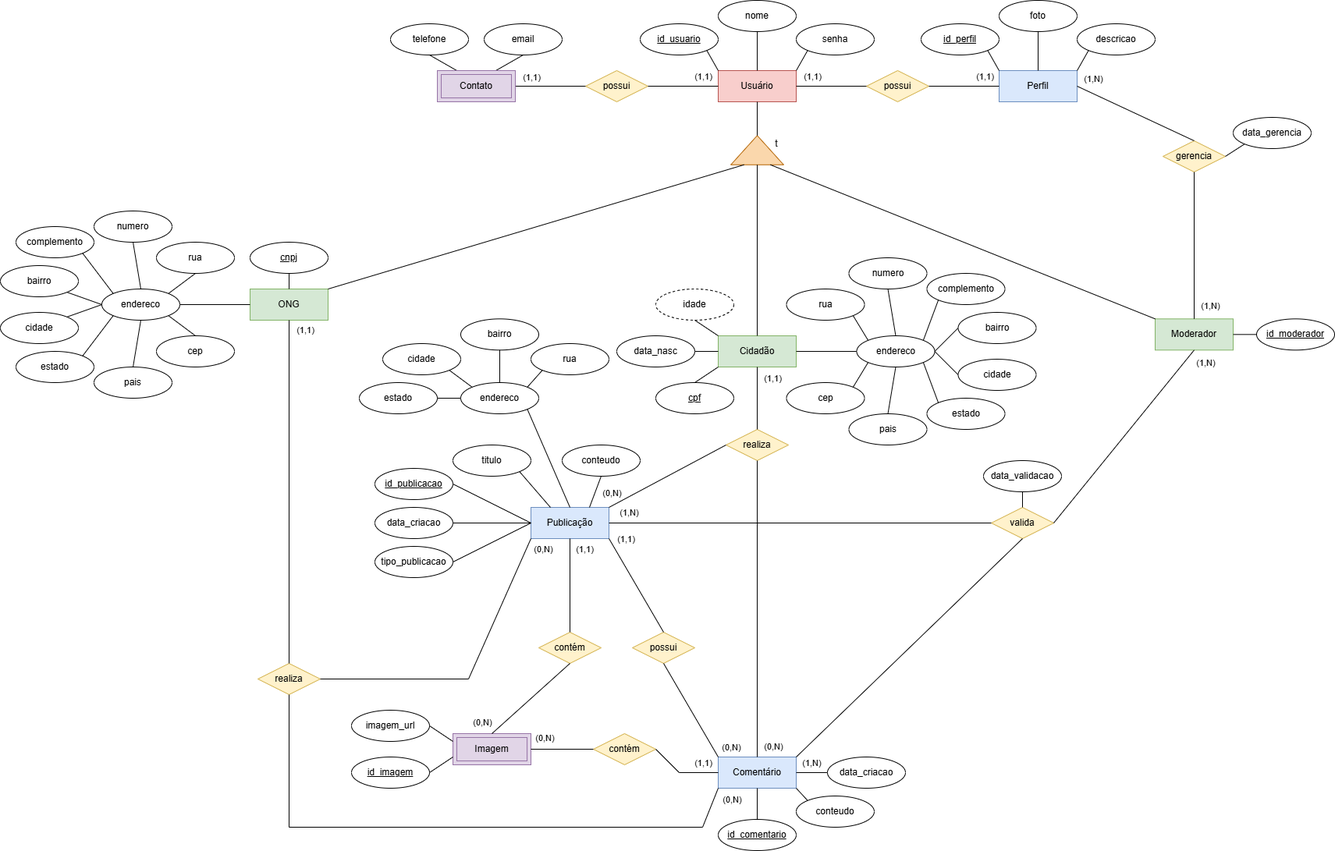
This is DOCUMENTACAO/PetMap - Modelo Conceitual.drawio.png from arthurpansera/PetMap, a draw.io export, as it was before one commit. Source tidied: cells renumbered, new cells last; positions are measured from the earlier drawing's top-left corner, leaving out a move shared by most shapes.
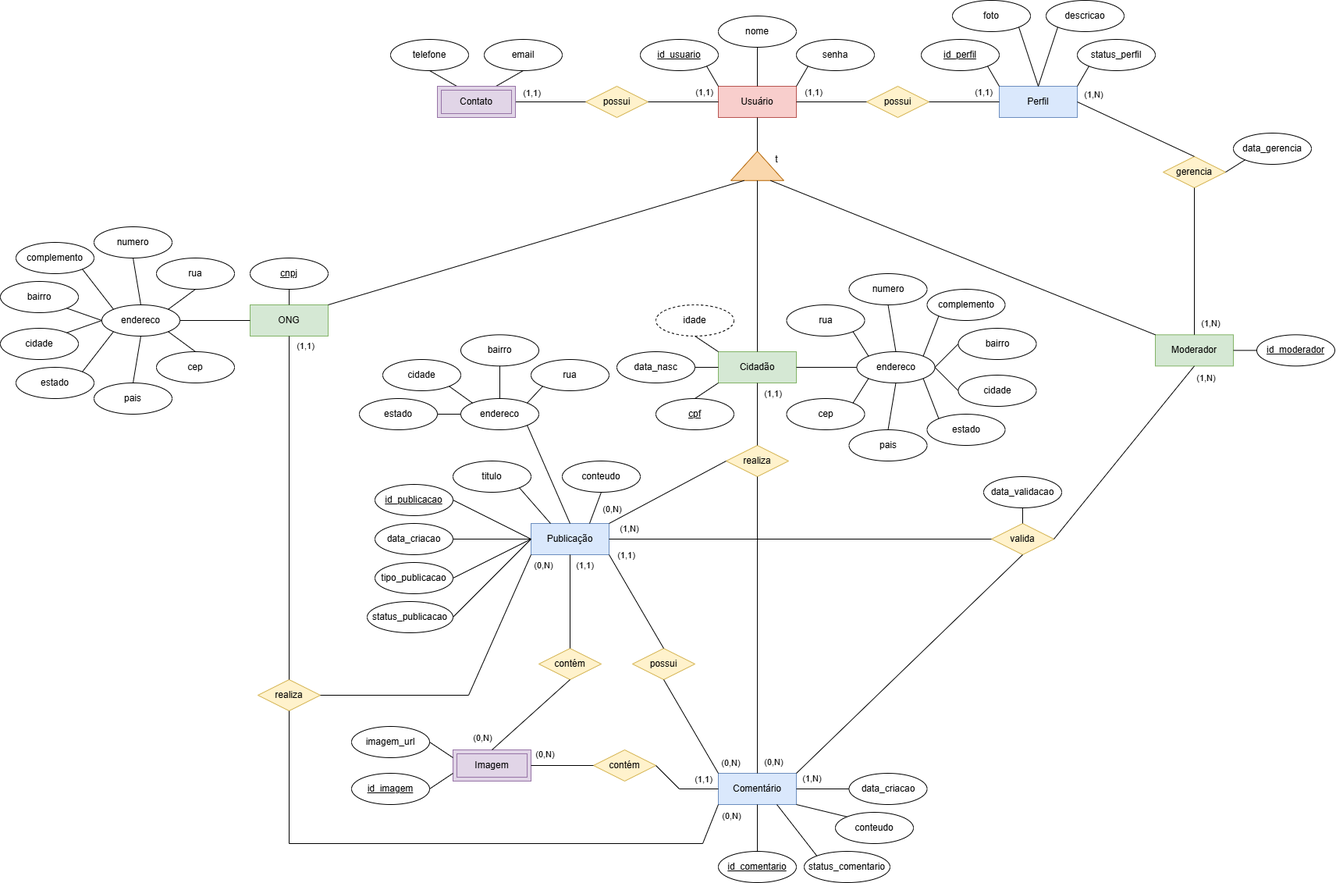
The same file after the commit.

Change to the diagram source:
```diff
@@ -63,16 +63,16 @@
     <mxCell id="20" value="id_perfil" style="ellipse;whiteSpace=wrap;html=1;align=center;fontStyle=4;" parent="1" vertex="1">
       <mxGeometry x="1180" y="30" width="100" height="40" as="geometry" />
     </mxCell>
-    <mxCell id="21" value="descricao" style="ellipse;whiteSpace=wrap;html=1;align=center;" parent="1" vertex="1">
+    <mxCell id="21" value="status_perfil" style="ellipse;whiteSpace=wrap;html=1;align=center;" parent="1" vertex="1">
       <mxGeometry x="1380" y="30" width="100" height="40" as="geometry" />
     </mxCell>
     <mxCell id="22" value="foto" style="ellipse;whiteSpace=wrap;html=1;align=center;" parent="1" vertex="1">
-      <mxGeometry x="1280" width="100" height="40" as="geometry" />
+      <mxGeometry x="1220" y="-20" width="100" height="40" as="geometry" />
     </mxCell>
     <mxCell id="23" style="endArrow=none;html=1;rounded=0;exitX=1;exitY=1;exitDx=0;exitDy=0;entryX=0;entryY=0;entryDx=0;entryDy=0;" parent="1" edge="1" source="20" target="15">
       <mxGeometry relative="1" as="geometry" />
     </mxCell>
-    <mxCell id="24" style="endArrow=none;html=1;rounded=0;exitX=0.5;exitY=1;exitDx=0;exitDy=0;entryX=0.5;entryY=0;entryDx=0;entryDy=0;" parent="1" edge="1" source="22" target="15">
+    <mxCell id="24" style="endArrow=none;html=1;rounded=0;exitX=1;exitY=1;exitDx=0;exitDy=0;entryX=0.5;entryY=0;entryDx=0;entryDy=0;" parent="1" edge="1" source="22" target="15">
       <mxGeometry relative="1" as="geometry" />
     </mxCell>
     <mxCell id="25" style="endArrow=none;html=1;rounded=0;exitX=0;exitY=1;exitDx=0;exitDy=0;entryX=1;entryY=0;entryDx=0;entryDy=0;" parent="1" edge="1" source="21" target="15">
@@ -236,8 +236,8 @@
     <mxCell id="75" value="data_criacao" style="ellipse;whiteSpace=wrap;html=1;align=center;" parent="1" vertex="1">
       <mxGeometry x="480" y="650" width="100" height="40" as="geometry" />
     </mxCell>
-    <mxCell id="76" value="tipo_publicacao" style="ellipse;whiteSpace=wrap;html=1;align=center;" parent="1" vertex="1">
-      <mxGeometry x="480" y="700" width="100" height="40" as="geometry" />
+    <mxCell id="76" value="status_publicacao" style="ellipse;whiteSpace=wrap;html=1;align=center;" parent="1" vertex="1">
+      <mxGeometry x="470" y="750" width="110" height="40" as="geometry" />
     </mxCell>
     <mxCell id="77" value="Contato" style="shape=ext;margin=3;double=1;whiteSpace=wrap;html=1;align=center;fillColor=#e1d5e7;strokeColor=#9673a6;" parent="1" vertex="1">
       <mxGeometry x="560" y="90" width="100" height="40" as="geometry" />
@@ -306,10 +306,10 @@
       <mxGeometry x="580" y="940" width="100" height="40" as="geometry" />
     </mxCell>
     <mxCell id="99" value="conteudo" style="ellipse;whiteSpace=wrap;html=1;align=center;" parent="1" vertex="1">
-      <mxGeometry x="1020" y="1020" width="100" height="40" as="geometry" />
+      <mxGeometry x="1070" y="1020" width="100" height="40" as="geometry" />
     </mxCell>
     <mxCell id="100" value="id_comentario" style="ellipse;whiteSpace=wrap;html=1;align=center;fontStyle=4;" parent="1" vertex="1">
-      <mxGeometry x="920" y="1050" width="100" height="40" as="geometry" />
+      <mxGeometry x="920" y="1070" width="100" height="40" as="geometry" />
     </mxCell>
     <mxCell id="101" value="id_imagem" style="ellipse;whiteSpace=wrap;html=1;align=center;fontStyle=4;" parent="1" vertex="1">
       <mxGeometry x="450" y="970" width="100" height="40" as="geometry" />
@@ -519,7 +519,7 @@
       <mxGeometry relative="1" as="geometry" />
     </mxCell>
     <mxCell id="155" value="data_criacao" style="ellipse;whiteSpace=wrap;html=1;align=center;" parent="1" vertex="1">
-      <mxGeometry x="1060" y="970" width="100" height="40" as="geometry" />
+      <mxGeometry x="1087.5" y="970" width="100" height="40" as="geometry" />
     </mxCell>
     <mxCell id="156" value="estado" style="ellipse;whiteSpace=wrap;html=1;align=center;" parent="1" vertex="1">
       <mxGeometry x="460" y="490" width="100" height="40" as="geometry" />
@@ -545,5 +545,23 @@
     <mxCell id="163" style="endArrow=none;html=1;rounded=0;exitX=0.5;exitY=0;exitDx=0;exitDy=0;entryX=0.5;entryY=1;entryDx=0;entryDy=0;" parent="1" edge="1" source="68" target="162">
       <mxGeometry relative="1" as="geometry" />
     </mxCell>
+    <mxCell id="164" value="descricao" style="ellipse;whiteSpace=wrap;html=1;align=center;" parent="1" vertex="1">
+      <mxGeometry x="1340" y="-20" width="100" height="40" as="geometry" />
+    </mxCell>
+    <mxCell id="165" style="endArrow=none;html=1;rounded=0;exitX=0.5;exitY=0;exitDx=0;exitDy=0;entryX=0;entryY=1;entryDx=0;entryDy=0;" parent="1" edge="1" source="15" target="164">
+      <mxGeometry relative="1" as="geometry" />
+    </mxCell>
+    <mxCell id="166" value="status_comentario" style="ellipse;whiteSpace=wrap;html=1;align=center;" parent="1" vertex="1">
+      <mxGeometry x="1030" y="1070" width="110" height="40" as="geometry" />
+    </mxCell>
+    <mxCell id="167" style="endArrow=none;html=1;rounded=0;entryX=0.75;entryY=1;entryDx=0;entryDy=0;exitX=0;exitY=0;exitDx=0;exitDy=0;" parent="1" edge="1" source="166" target="97">
+      <mxGeometry relative="1" as="geometry" />
+    </mxCell>
+    <mxCell id="168" value="tipo_publicacao" style="ellipse;whiteSpace=wrap;html=1;align=center;" parent="1" vertex="1">
+      <mxGeometry x="480" y="700" width="100" height="40" as="geometry" />
+    </mxCell>
+    <mxCell id="169" style="endArrow=none;html=1;rounded=0;exitX=1;exitY=0.5;exitDx=0;exitDy=0;entryX=0;entryY=0.5;entryDx=0;entryDy=0;" parent="1" edge="1" source="168" target="69">
+      <mxGeometry relative="1" as="geometry" />
+    </mxCell>
   </root>
 </mxGraphModel>
```
